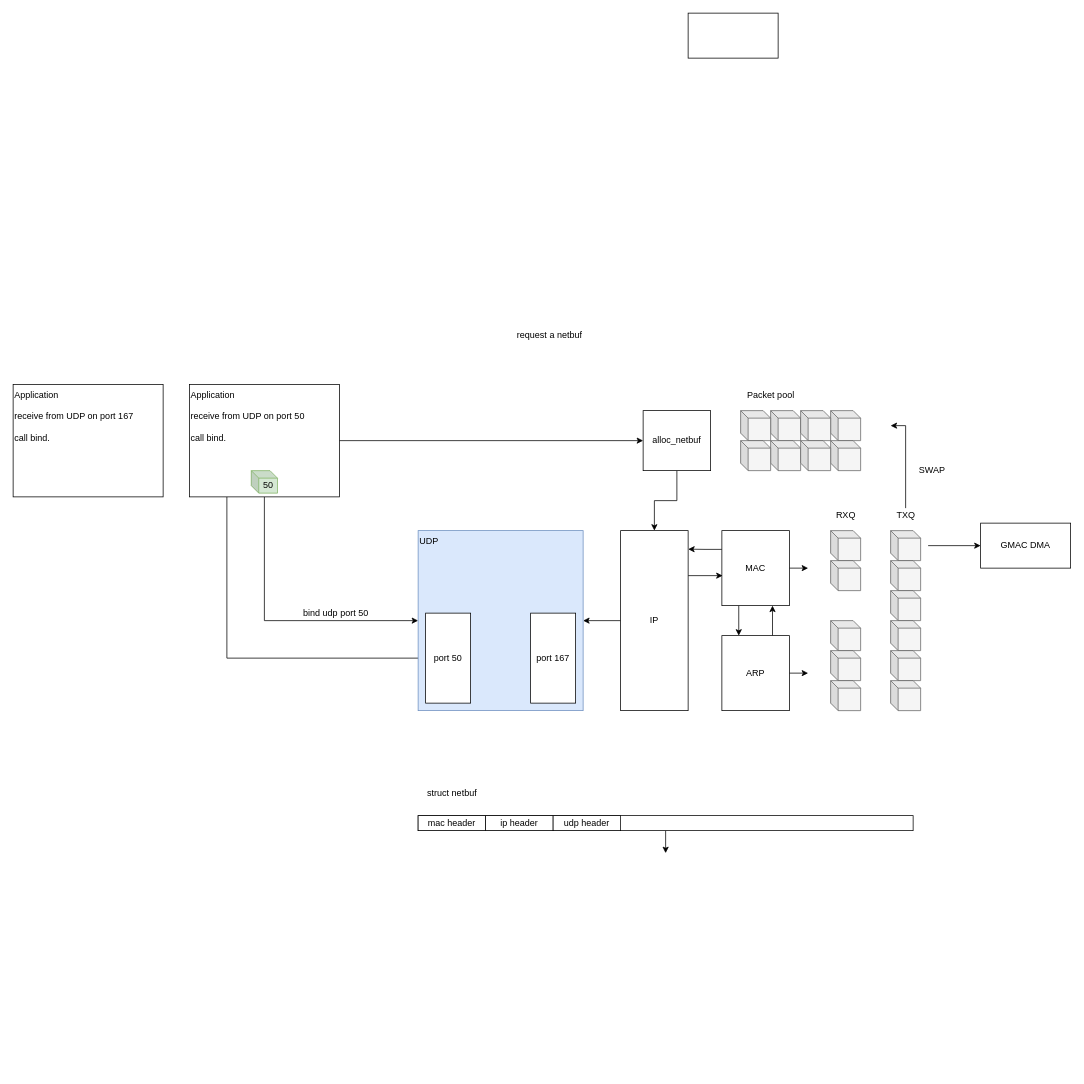
strawberryhacker/operating-system-cortex-a5 keeps this draw.io diagram as doc/diagrams/net.drawio.xml. Above is the earlier version. Source tidied: cells renumbered, new cells numbered last; positions are measured from the earlier drawing's top-left corner, leaving out a move shared by most shapes. Both pictures are drawn from the tidied source at 75%, with x=0, y=0 at pixel (13, 13).
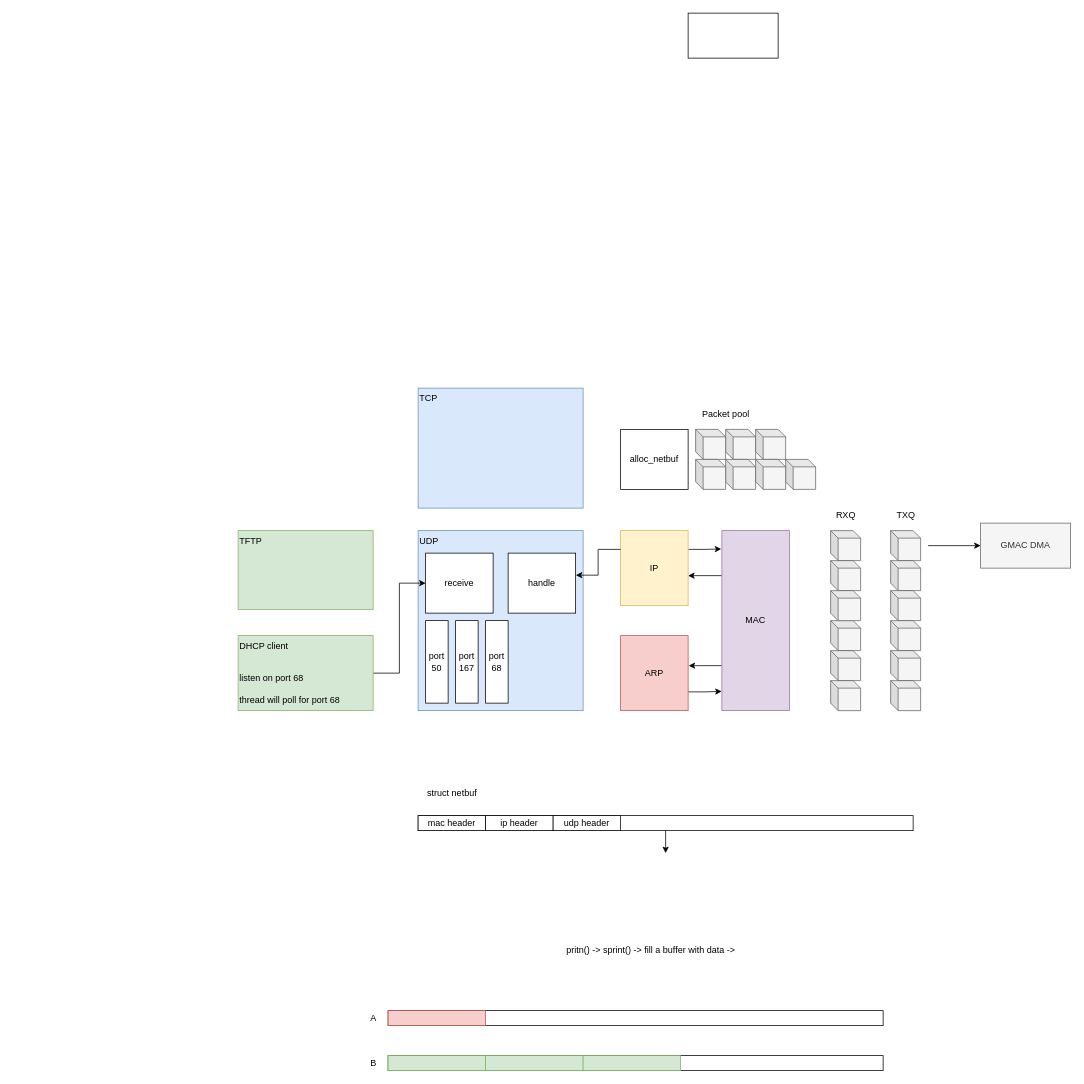
The same page after the edit.

Unchanged cells that the change refers to:
```xml
<mxCell id="15" value="TXQ" style="text;html=1;align=center;verticalAlign=middle;points=[];" parent="1" vertex="1">
  <mxGeometry x="1170" y="660" width="40" height="20" as="geometry" />
</mxCell>
<mxCell id="42" value="UDP" style="rounded=0;whiteSpace=wrap;html=1;align=left;verticalAlign=top;fillColor=#dae8fc;strokeColor=#6c8ebf;" parent="1" vertex="1">
  <mxGeometry x="540" y="690" width="220" height="240" as="geometry" />
</mxCell>
```

What changed in the source:
```diff
@@
-    <mxCell id="3" value="GMAC DMA" style="rounded=0;whiteSpace=wrap;html=1;" parent="1" vertex="1">
+    <mxCell id="3" value="GMAC DMA" style="rounded=0;whiteSpace=wrap;html=1;fillColor=#f5f5f5;strokeColor=#666666;fontColor=#333333;" parent="1" vertex="1">
       <mxGeometry x="1290" y="680" width="120" height="60" as="geometry" />
     </mxCell>
@@
     <mxCell id="6" style="shape=cube;whiteSpace=wrap;html=1;boundedLbl=1;backgroundOutline=1;darkOpacity=0.05;darkOpacity2=0.1;size=10;fillColor=#f5f5f5;strokeColor=#666666;fontColor=#333333;" parent="1" vertex="1">
-      <mxGeometry x="1010" y="530" width="40" height="40" as="geometry" />
+      <mxGeometry x="950" y="555" width="40" height="40" as="geometry" />
     </mxCell>
@@
-    <mxCell id="14" style="edgeStyle=orthogonalEdgeStyle;rounded=0;jettySize=auto;html=1;" parent="1" edge="1" source="15">
-      <mxGeometry relative="1" as="geometry">
-        <mxPoint x="1170" y="550" as="targetPoint" />
-        <Array as="points">
-          <mxPoint x="1190" y="550" />
-        </Array>
-      </mxGeometry>
-    </mxCell>
@@
-    <mxCell id="18" style="edgeStyle=orthogonalEdgeStyle;rounded=0;jettySize=auto;html=1;exitX=1;exitY=0.5;exitDx=0;exitDy=0;" parent="1" edge="1" source="21" target="44">
-      <mxGeometry relative="1" as="geometry" />
-    </mxCell>
-    <mxCell id="19" style="edgeStyle=orthogonalEdgeStyle;rounded=0;jettySize=auto;html=1;exitX=0.5;exitY=1;exitDx=0;exitDy=0;entryX=0;entryY=0.5;entryDx=0;entryDy=0;" parent="1" edge="1" source="21" target="42">
-      <mxGeometry relative="1" as="geometry" />
-    </mxCell>
-    <mxCell id="20" style="edgeStyle=orthogonalEdgeStyle;rounded=0;jettySize=auto;html=1;exitX=0.25;exitY=1;exitDx=0;exitDy=0;entryX=0;entryY=0.5;entryDx=0;entryDy=0;" parent="1" edge="1" source="21" target="46">
-      <mxGeometry relative="1" as="geometry" />
-    </mxCell>
-    <mxCell id="21" value="Application&lt;br&gt;&lt;br&gt;receive from UDP on port 50&lt;br&gt;&lt;br&gt;call bind." style="rounded=0;whiteSpace=wrap;html=1;align=left;verticalAlign=top;" parent="1" vertex="1">
-      <mxGeometry x="235" y="495" width="200" height="150" as="geometry" />
+    <mxCell id="21" value="TFTP" style="rounded=0;whiteSpace=wrap;html=1;align=left;verticalAlign=top;fillColor=#d5e8d4;strokeColor=#82b366;" parent="1" vertex="1">
+      <mxGeometry x="300" y="690" width="180" height="105" as="geometry" />
     </mxCell>
+    <mxCell id="23" style="edgeStyle=orthogonalEdgeStyle;rounded=0;jettySize=auto;html=1;exitX=0;exitY=0.25;exitDx=0;exitDy=0;entryX=1;entryY=0.6;entryDx=0;entryDy=0;entryPerimeter=0;startArrow=none;startFill=0;endArrow=classic;endFill=1;" parent="1" edge="1" source="25" target="41">
+      <mxGeometry relative="1" as="geometry" />
+    </mxCell>
-    <mxCell id="22" style="edgeStyle=orthogonalEdgeStyle;rounded=0;jettySize=auto;html=1;exitX=0.25;exitY=1;exitDx=0;exitDy=0;entryX=0.25;entryY=0;entryDx=0;entryDy=0;" parent="1" edge="1" source="25" target="37">
+    <mxCell id="22" style="edgeStyle=orthogonalEdgeStyle;rounded=0;jettySize=auto;html=1;exitX=0;exitY=0.75;exitDx=0;exitDy=0;entryX=1.008;entryY=0.401;entryDx=0;entryDy=0;entryPerimeter=0;startArrow=none;startFill=0;endArrow=classic;endFill=1;" parent="1" edge="1" source="25" target="37">
       <mxGeometry relative="1" as="geometry" />
     </mxCell>
-    <mxCell id="23" style="edgeStyle=orthogonalEdgeStyle;rounded=0;jettySize=auto;html=1;exitX=0;exitY=0.25;exitDx=0;exitDy=0;entryX=1.001;entryY=0.103;entryDx=0;entryDy=0;entryPerimeter=0;" parent="1" edge="1" source="25" target="41">
-      <mxGeometry relative="1" as="geometry" />
-    </mxCell>
-    <mxCell id="24" style="edgeStyle=orthogonalEdgeStyle;rounded=0;jettySize=auto;html=1;exitX=1;exitY=0.5;exitDx=0;exitDy=0;" parent="1" edge="1" source="25">
-      <mxGeometry relative="1" as="geometry">
-        <mxPoint x="1060" y="740" as="targetPoint" />
-      </mxGeometry>
-    </mxCell>
-    <mxCell id="25" value="MAC" style="rounded=0;whiteSpace=wrap;html=1;align=center;verticalAlign=middle;" parent="1" vertex="1">
-      <mxGeometry x="945" y="690" width="90" height="100" as="geometry" />
+    <mxCell id="25" value="MAC" style="rounded=0;whiteSpace=wrap;html=1;align=center;verticalAlign=middle;fillColor=#e1d5e7;strokeColor=#9673a6;" parent="1" vertex="1">
+      <mxGeometry x="945" y="690" width="90" height="240" as="geometry" />
     </mxCell>
-    <mxCell id="26" style="shape=cube;whiteSpace=wrap;html=1;boundedLbl=1;backgroundOutline=1;darkOpacity=0.05;darkOpacity2=0.1;size=10;fillColor=#f5f5f5;strokeColor=#666666;fontColor=#333333;" parent="1" vertex="1">
-      <mxGeometry x="1090" y="730" width="40" height="40" as="geometry" />
-    </mxCell>
     <mxCell id="27" style="shape=cube;whiteSpace=wrap;html=1;boundedLbl=1;backgroundOutline=1;darkOpacity=0.05;darkOpacity2=0.1;size=10;fillColor=#f5f5f5;strokeColor=#666666;fontColor=#333333;" parent="1" vertex="1">
-      <mxGeometry x="970" y="530" width="40" height="40" as="geometry" />
+      <mxGeometry x="910" y="555" width="40" height="40" as="geometry" />
     </mxCell>
     <mxCell id="28" style="shape=cube;whiteSpace=wrap;html=1;boundedLbl=1;backgroundOutline=1;darkOpacity=0.05;darkOpacity2=0.1;size=10;fillColor=#f5f5f5;strokeColor=#666666;fontColor=#333333;" parent="1" vertex="1">
-      <mxGeometry x="1090" y="530" width="40" height="40" as="geometry" />
+      <mxGeometry x="1090" y="730" width="40" height="40" as="geometry" />
     </mxCell>
     <mxCell id="29" style="shape=cube;whiteSpace=wrap;html=1;boundedLbl=1;backgroundOutline=1;darkOpacity=0.05;darkOpacity2=0.1;size=10;fillColor=#f5f5f5;strokeColor=#666666;fontColor=#333333;" parent="1" vertex="1">
-      <mxGeometry x="1050" y="530" width="40" height="40" as="geometry" />
+      <mxGeometry x="990" y="555" width="40" height="40" as="geometry" />
     </mxCell>
     <mxCell id="30" style="shape=cube;whiteSpace=wrap;html=1;boundedLbl=1;backgroundOutline=1;darkOpacity=0.05;darkOpacity2=0.1;size=10;fillColor=#f5f5f5;strokeColor=#666666;fontColor=#333333;" parent="1" vertex="1">
-      <mxGeometry x="1010" y="570" width="40" height="40" as="geometry" />
+      <mxGeometry x="950" y="595" width="40" height="40" as="geometry" />
     </mxCell>
     <mxCell id="31" style="shape=cube;whiteSpace=wrap;html=1;boundedLbl=1;backgroundOutline=1;darkOpacity=0.05;darkOpacity2=0.1;size=10;fillColor=#f5f5f5;strokeColor=#666666;fontColor=#333333;" parent="1" vertex="1">
-      <mxGeometry x="970" y="570" width="40" height="40" as="geometry" />
+      <mxGeometry x="910" y="595" width="40" height="40" as="geometry" />
     </mxCell>
     <mxCell id="32" style="shape=cube;whiteSpace=wrap;html=1;boundedLbl=1;backgroundOutline=1;darkOpacity=0.05;darkOpacity2=0.1;size=10;fillColor=#f5f5f5;strokeColor=#666666;fontColor=#333333;" parent="1" vertex="1">
-      <mxGeometry x="1090" y="570" width="40" height="40" as="geometry" />
+      <mxGeometry x="1030" y="595" width="40" height="40" as="geometry" />
     </mxCell>
     <mxCell id="33" style="shape=cube;whiteSpace=wrap;html=1;boundedLbl=1;backgroundOutline=1;darkOpacity=0.05;darkOpacity2=0.1;size=10;fillColor=#f5f5f5;strokeColor=#666666;fontColor=#333333;" parent="1" vertex="1">
-      <mxGeometry x="1050" y="570" width="40" height="40" as="geometry" />
+      <mxGeometry x="990" y="595" width="40" height="40" as="geometry" />
     </mxCell>
     <mxCell id="34" value="Packet pool" style="text;html=1;align=center;verticalAlign=middle;" parent="1" vertex="1">
-      <mxGeometry x="970" y="500" width="80" height="20" as="geometry" />
+      <mxGeometry x="910" y="525" width="80" height="20" as="geometry" />
     </mxCell>
-    <mxCell id="35" style="edgeStyle=orthogonalEdgeStyle;rounded=0;jettySize=auto;html=1;exitX=0.75;exitY=0;exitDx=0;exitDy=0;entryX=0.75;entryY=1;entryDx=0;entryDy=0;" parent="1" edge="1" source="37" target="25">
-      <mxGeometry relative="1" as="geometry" />
-    </mxCell>
-    <mxCell id="36" style="edgeStyle=orthogonalEdgeStyle;rounded=0;jettySize=auto;html=1;exitX=1;exitY=0.5;exitDx=0;exitDy=0;" parent="1" edge="1" source="37">
-      <mxGeometry relative="1" as="geometry">
-        <mxPoint x="1060" y="880" as="targetPoint" />
-      </mxGeometry>
-    </mxCell>
-    <mxCell id="37" value="ARP" style="rounded=0;whiteSpace=wrap;html=1;align=center;verticalAlign=middle;" parent="1" vertex="1">
-      <mxGeometry x="945" y="830" width="90" height="100" as="geometry" />
-    </mxCell>
-    <mxCell id="38" value="SWAP" style="text;html=1;align=center;verticalAlign=middle;" parent="1" vertex="1">
-      <mxGeometry x="1200" y="600" width="50" height="20" as="geometry" />
-    </mxCell>
-    <mxCell id="39" style="edgeStyle=orthogonalEdgeStyle;rounded=0;jettySize=auto;html=1;exitX=1;exitY=0.25;exitDx=0;exitDy=0;entryX=0.011;entryY=0.6;entryDx=0;entryDy=0;entryPerimeter=0;" parent="1" edge="1" source="41" target="25">
+    <mxCell id="39" style="edgeStyle=orthogonalEdgeStyle;rounded=0;jettySize=auto;html=1;exitX=1;exitY=0.25;exitDx=0;exitDy=0;entryX=-0.009;entryY=0.102;entryDx=0;entryDy=0;entryPerimeter=0;startArrow=none;startFill=0;endArrow=classic;endFill=1;" parent="1" edge="1" source="41" target="25">
       <mxGeometry relative="1" as="geometry" />
     </mxCell>
-    <mxCell id="40" style="edgeStyle=orthogonalEdgeStyle;rounded=0;jettySize=auto;html=1;exitX=0;exitY=0.5;exitDx=0;exitDy=0;entryX=1;entryY=0.5;entryDx=0;entryDy=0;" parent="1" edge="1" source="41" target="42">
-      <mxGeometry relative="1" as="geometry" />
-    </mxCell>
-    <mxCell id="41" value="IP" style="rounded=0;whiteSpace=wrap;html=1;align=center;verticalAlign=middle;" parent="1" vertex="1">
-      <mxGeometry x="810" y="690" width="90" height="240" as="geometry" />
+    <mxCell id="41" value="IP" style="rounded=0;whiteSpace=wrap;html=1;align=center;verticalAlign=middle;fillColor=#fff2cc;strokeColor=#d6b656;" parent="1" vertex="1">
+      <mxGeometry x="810" y="690" width="90" height="100" as="geometry" />
     </mxCell>
@@
-    <mxCell id="43" style="edgeStyle=orthogonalEdgeStyle;rounded=0;jettySize=auto;html=1;" parent="1" edge="1" source="44" target="41">
-      <mxGeometry relative="1" as="geometry" />
-    </mxCell>
     <mxCell id="44" value="alloc_netbuf" style="rounded=0;whiteSpace=wrap;html=1;align=center;verticalAlign=middle;" parent="1" vertex="1">
-      <mxGeometry x="840" y="530" width="90" height="80" as="geometry" />
+      <mxGeometry x="810" y="555" width="90" height="80" as="geometry" />
     </mxCell>
-    <mxCell id="45" value="request a netbuf" style="text;html=1;align=center;verticalAlign=middle;" parent="1" vertex="1">
-      <mxGeometry x="655" y="420" width="120" height="20" as="geometry" />
-    </mxCell>
     <mxCell id="46" value="port 50" style="rounded=0;whiteSpace=wrap;html=1;align=center;verticalAlign=middle;" parent="1" vertex="1">
-      <mxGeometry x="550" y="800" width="60" height="120" as="geometry" />
+      <mxGeometry x="550" y="810" width="30" height="110" as="geometry" />
     </mxCell>
-    <mxCell id="47" value="bind udp port 50" style="text;html=1;align=center;verticalAlign=middle;" parent="1" vertex="1">
-      <mxGeometry x="370" y="790" width="120" height="20" as="geometry" />
-    </mxCell>
@@
-    <mxCell id="49" value="Application&lt;br&gt;&lt;br&gt;receive from UDP on port 167&lt;br&gt;&lt;br&gt;call bind." style="rounded=0;whiteSpace=wrap;html=1;align=left;verticalAlign=top;" parent="1" vertex="1">
-      <mxGeometry y="495" width="200" height="150" as="geometry" />
-    </mxCell>
     <mxCell id="50" value="port 167" style="rounded=0;whiteSpace=wrap;html=1;align=center;verticalAlign=middle;" parent="1" vertex="1">
-      <mxGeometry x="690" y="800" width="60" height="120" as="geometry" />
+      <mxGeometry x="590" y="810" width="30" height="110" as="geometry" />
     </mxCell>
-    <mxCell id="51" value="50" style="shape=cube;whiteSpace=wrap;html=1;boundedLbl=1;backgroundOutline=1;darkOpacity=0.05;darkOpacity2=0.1;size=10;fillColor=#d5e8d4;strokeColor=#82b366;" parent="1" vertex="1">
-      <mxGeometry x="317.5" y="610" width="35" height="30" as="geometry" />
-    </mxCell>
@@
+    <mxCell id="58" style="shape=cube;whiteSpace=wrap;html=1;boundedLbl=1;backgroundOutline=1;darkOpacity=0.05;darkOpacity2=0.1;size=10;fillColor=#f5f5f5;strokeColor=#666666;fontColor=#333333;" parent="1" vertex="1">
+      <mxGeometry x="1090" y="770" width="40" height="40" as="geometry" />
+    </mxCell>
+    <mxCell id="59" value="handle" style="rounded=0;whiteSpace=wrap;html=1;align=center;verticalAlign=middle;" parent="1" vertex="1">
+      <mxGeometry x="660" y="720" width="90" height="80" as="geometry" />
+    </mxCell>
+    <mxCell id="60" value="receive" style="rounded=0;whiteSpace=wrap;html=1;align=center;verticalAlign=middle;" parent="1" vertex="1">
+      <mxGeometry x="550" y="720" width="90" height="80" as="geometry" />
+    </mxCell>
+    <mxCell id="61" value="port 68" style="rounded=0;whiteSpace=wrap;html=1;align=center;verticalAlign=middle;" parent="1" vertex="1">
+      <mxGeometry x="630" y="810" width="30" height="110" as="geometry" />
+    </mxCell>
+    <mxCell id="62" style="edgeStyle=orthogonalEdgeStyle;rounded=0;jettySize=auto;html=1;exitX=1;exitY=0.5;exitDx=0;exitDy=0;entryX=0;entryY=0.5;entryDx=0;entryDy=0;" parent="1" edge="1" source="63" target="60">
+      <mxGeometry relative="1" as="geometry" />
+    </mxCell>
+    <mxCell id="63" value="DHCP client&lt;br&gt;&lt;br&gt;&lt;br&gt;listen on port 68&lt;br&gt;&lt;br&gt;thread will poll for port 68" style="rounded=0;whiteSpace=wrap;html=1;align=left;verticalAlign=top;fillColor=#d5e8d4;strokeColor=#82b366;" parent="1" vertex="1">
+      <mxGeometry x="300" y="830" width="180" height="100" as="geometry" />
+    </mxCell>
+    <mxCell id="64" style="edgeStyle=orthogonalEdgeStyle;rounded=0;jettySize=auto;html=1;exitX=0;exitY=0.25;exitDx=0;exitDy=0;entryX=1.003;entryY=0.367;entryDx=0;entryDy=0;entryPerimeter=0;" parent="1" edge="1" source="41" target="59">
+      <mxGeometry relative="1" as="geometry" />
+    </mxCell>
+    <mxCell id="65" value="TCP" style="rounded=0;whiteSpace=wrap;html=1;align=left;verticalAlign=top;fillColor=#dae8fc;strokeColor=#6c8ebf;" parent="1" vertex="1">
+      <mxGeometry x="540" y="500" width="220" height="160" as="geometry" />
+    </mxCell>
+    <mxCell id="35" style="edgeStyle=orthogonalEdgeStyle;rounded=0;jettySize=auto;html=1;exitX=1;exitY=0.75;exitDx=0;exitDy=0;entryX=-0.003;entryY=0.893;entryDx=0;entryDy=0;entryPerimeter=0;startArrow=none;startFill=0;endArrow=classic;endFill=1;" parent="1" edge="1" source="37" target="25">
+      <mxGeometry relative="1" as="geometry" />
+    </mxCell>
+    <mxCell id="37" value="ARP" style="rounded=0;whiteSpace=wrap;html=1;align=center;verticalAlign=middle;fillColor=#f8cecc;strokeColor=#b85450;" parent="1" vertex="1">
+      <mxGeometry x="810" y="830" width="90" height="100" as="geometry" />
+    </mxCell>
+    <mxCell id="66" style="rounded=0;whiteSpace=wrap;html=1;align=center;verticalAlign=middle;" parent="1" vertex="1">
+      <mxGeometry x="500" y="1330" width="660" height="20" as="geometry" />
+    </mxCell>
+    <mxCell id="67" style="rounded=0;whiteSpace=wrap;html=1;align=center;verticalAlign=middle;" parent="1" vertex="1">
+      <mxGeometry x="500" y="1390" width="660" height="20" as="geometry" />
+    </mxCell>
+    <mxCell id="68" value="A" style="text;html=1;align=center;verticalAlign=middle;" parent="1" vertex="1">
+      <mxGeometry x="470" y="1330" width="20" height="20" as="geometry" />
+    </mxCell>
+    <mxCell id="69" value="B" style="text;html=1;align=center;verticalAlign=middle;" parent="1" vertex="1">
+      <mxGeometry x="470" y="1390" width="20" height="20" as="geometry" />
+    </mxCell>
+    <mxCell id="70" value="pritn() -&amp;gt; sprint() -&amp;gt; fill a buffer with data -&amp;gt;" style="text;html=1;align=center;verticalAlign=middle;" parent="1" vertex="1">
+      <mxGeometry x="710" y="1240" width="280" height="20" as="geometry" />
+    </mxCell>
+    <mxCell id="71" style="rounded=0;whiteSpace=wrap;html=1;align=center;verticalAlign=middle;fillColor=#d5e8d4;strokeColor=#82b366;" parent="1" vertex="1">
+      <mxGeometry x="500" y="1390" width="130" height="20" as="geometry" />
+    </mxCell>
+    <mxCell id="72" style="rounded=0;whiteSpace=wrap;html=1;align=center;verticalAlign=middle;fillColor=#d5e8d4;strokeColor=#82b366;" parent="1" vertex="1">
+      <mxGeometry x="630" y="1390" width="130" height="20" as="geometry" />
+    </mxCell>
+    <mxCell id="73" style="rounded=0;whiteSpace=wrap;html=1;align=center;verticalAlign=middle;fillColor=#d5e8d4;strokeColor=#82b366;" parent="1" vertex="1">
+      <mxGeometry x="760" y="1390" width="130" height="20" as="geometry" />
+    </mxCell>
+    <mxCell id="74" style="rounded=0;whiteSpace=wrap;html=1;align=center;verticalAlign=middle;fillColor=#f8cecc;strokeColor=#b85450;" parent="1" vertex="1">
+      <mxGeometry x="500" y="1330" width="130" height="20" as="geometry" />
+    </mxCell>
```
